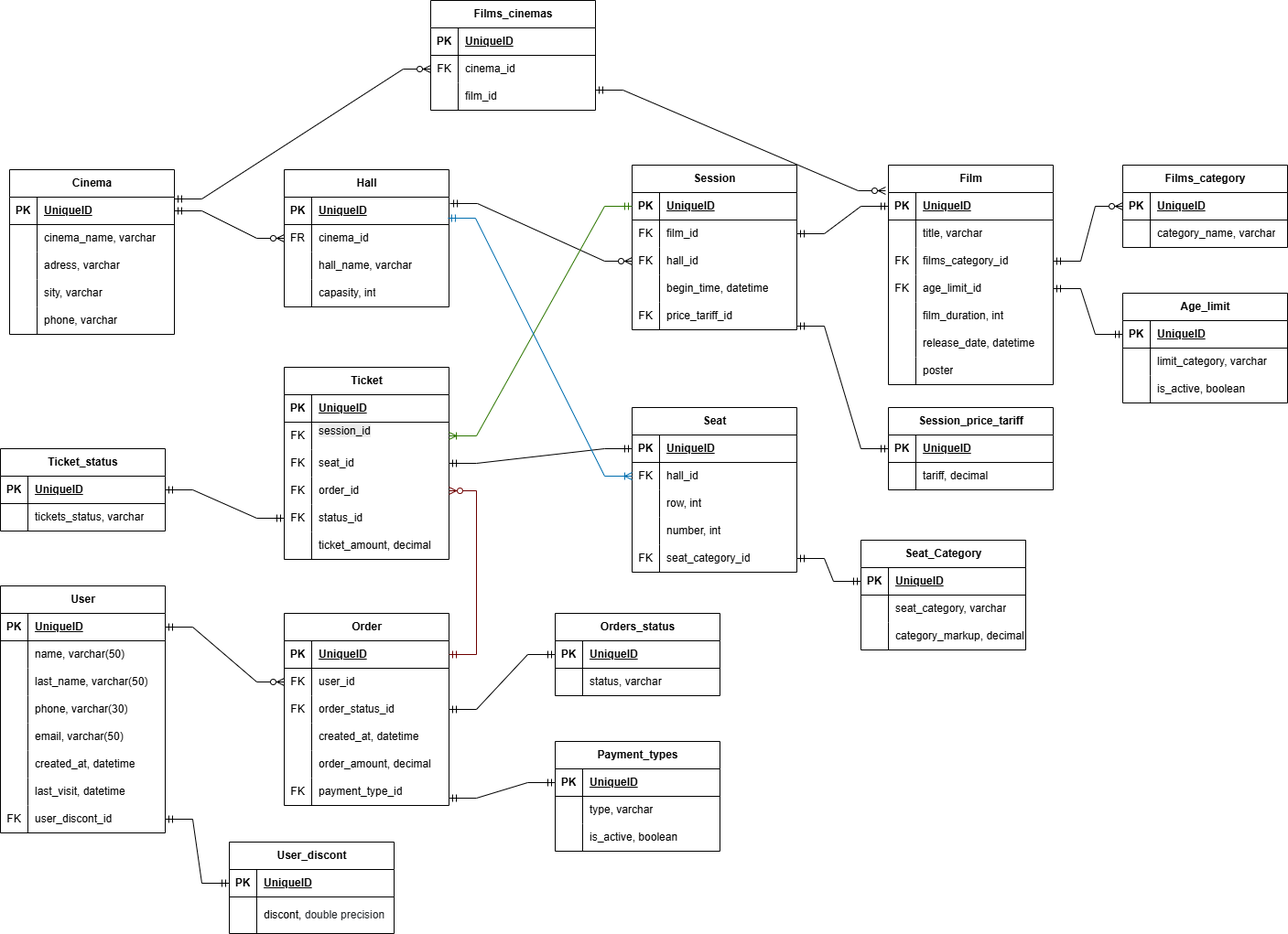
Above: cinema.drawio.png in larisa-mama/tests (draw.io), before the change. Source tidied: cells renumbered, new cells last; positions are measured from the earlier drawing's top-left corner, leaving out a move shared by most shapes.
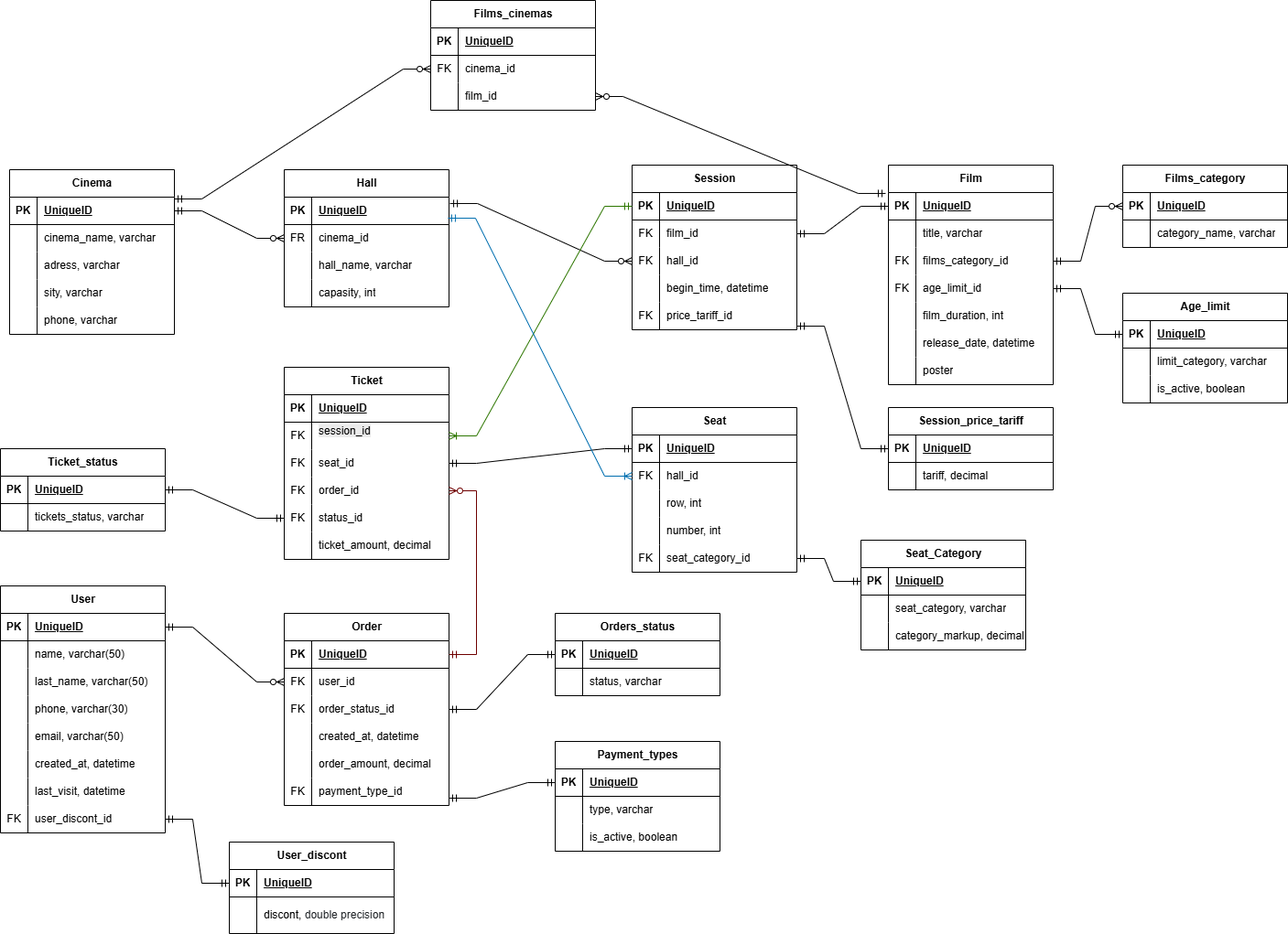
The same file after the commit.

Change to the diagram source:
```diff
@@ -718,10 +718,8 @@
         <mxPoint x="190" y="217" as="sourcePoint" />
       </mxGeometry>
     </mxCell>
-    <mxCell id="240" style="edgeStyle=entityRelationEdgeStyle;fontSize=12;html=1;endArrow=ERzeroToMany;startArrow=ERmandOne;rounded=0;entryX=-0.017;entryY=-0.067;entryDx=0;entryDy=0;entryPerimeter=0;" parent="1" edge="1" target="28">
-      <mxGeometry relative="1" as="geometry">
-        <mxPoint x="650" y="98" as="sourcePoint" />
-      </mxGeometry>
-    </mxCell>
+    <mxCell id="241" style="edgeStyle=entityRelationEdgeStyle;fontSize=12;html=1;endArrow=ERzeroToMany;startArrow=ERmandOne;rounded=0;entryX=1;entryY=0.5;entryDx=0;entryDy=0;exitX=-0.017;exitY=0.129;exitDx=0;exitDy=0;exitPerimeter=0;" parent="1" edge="1" source="27" target="236">
+      <mxGeometry relative="1" as="geometry" />
+    </mxCell>
   </root>
 </mxGraphModel>
```
